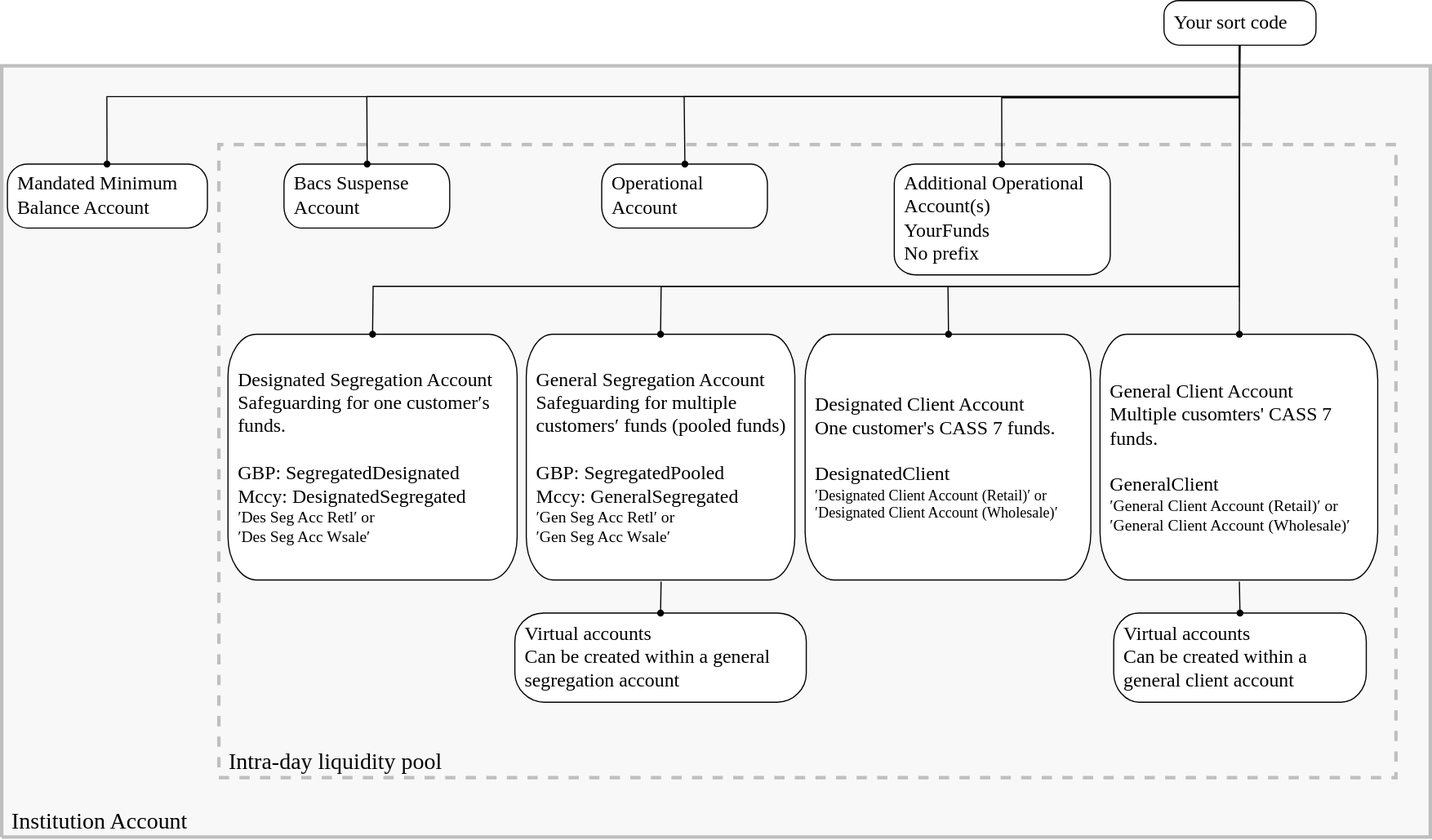
The draw.io diagram static/assets/images/Accounts-Usage.svg in clearbank/clearbank.github.io, before a commit. Source tidied: cells renumbered, new cells last; positions are measured from the earlier drawing's top-left corner, leaving out a move shared by most shapes.
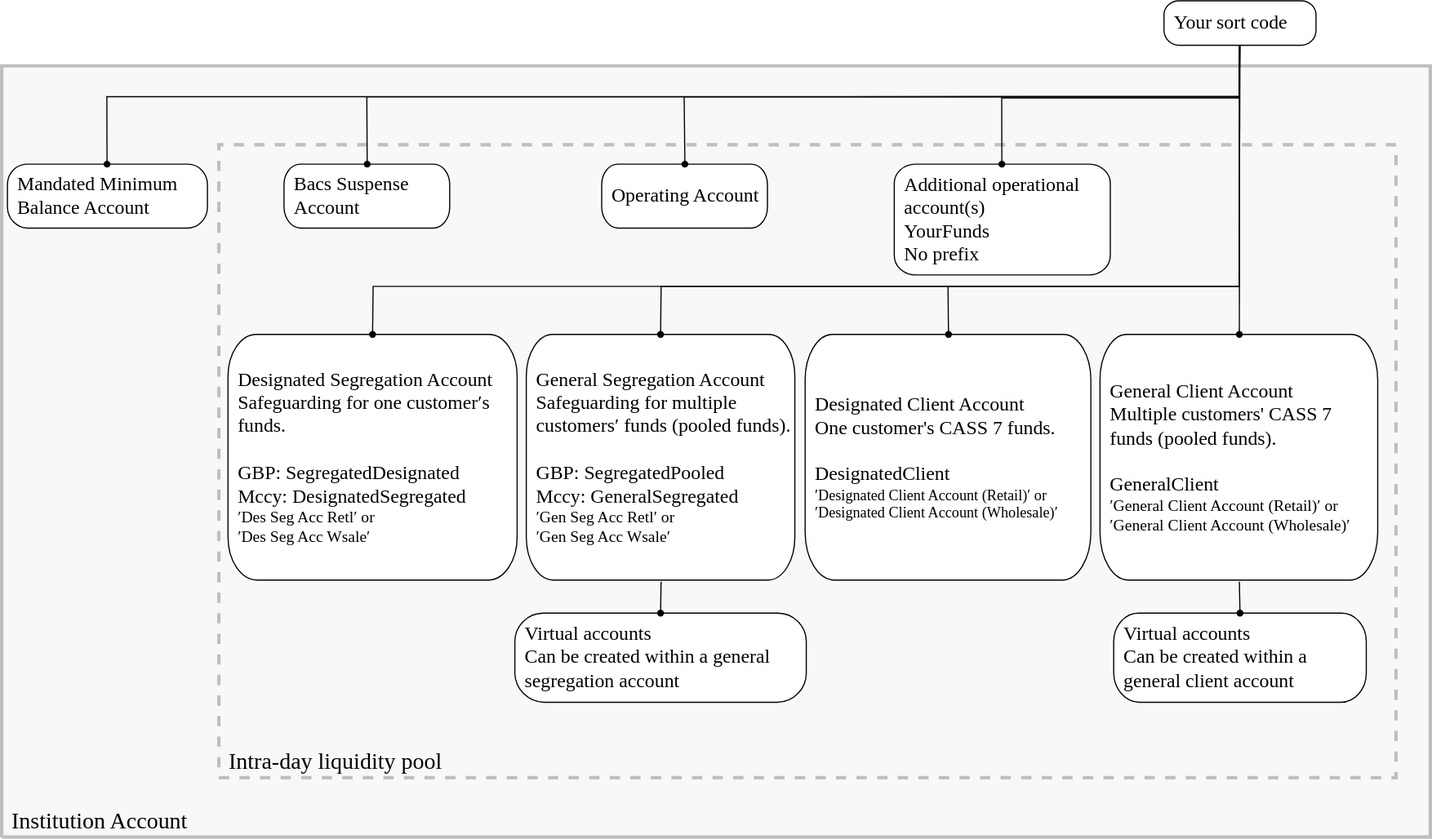
Above is the later version.

Diff of the diagram source:
```diff
@@ -13,3 +13,3 @@
     </mxCell>
-    <mxCell id="5" value="&lt;div style=&quot;font-size: 17px;&quot;&gt;&lt;p style=&quot;margin: 0px; text-indent: 0px; direction: ltr; font-size: 17px;&quot;&gt;&lt;font face=&quot;Clear Sans Display&quot; style=&quot;font-size: 17px; color: rgb(0, 0, 0); direction: ltr; letter-spacing: 0px; line-height: 120%; opacity: 1;&quot;&gt;&lt;span style=&quot;font-size: 17px;&quot;&gt;Additional Operational Account(s)&lt;br style=&quot;font-size: 17px;&quot;&gt;&lt;/span&gt;&lt;/font&gt;&lt;/p&gt;&lt;p style=&quot;margin: 0px; text-indent: 0px; direction: ltr; font-size: 17px;&quot;&gt;&lt;font style=&quot;background-color: initial; direction: ltr; letter-spacing: 0px; line-height: 120%; opacity: 1;&quot;&gt;YourF&lt;/font&gt;&lt;font style=&quot;background-color: initial; direction: ltr; letter-spacing: 0px; line-height: 120%; opacity: 1;&quot;&gt;unds&lt;/font&gt;&lt;/p&gt;&lt;p style=&quot;margin: 0px; text-indent: 0px; direction: ltr; font-size: 17px;&quot;&gt;&lt;font style=&quot;background-color: initial; direction: ltr; letter-spacing: 0px; line-height: 120%; opacity: 1;&quot;&gt;No prefix&lt;/font&gt;&lt;/p&gt;&lt;/div&gt;" style="verticalAlign=middle;align=left;vsdxID=2;fillColor=#ffffff;gradientColor=none;shape=(stored shape, 320 characters);strokeColor=#000000;points=[[1,0.5,0],[0.5,0.5,0],[0.5,0,0],[0.03,0.05,0],[0.97,0.05,0],[0.03,0.95,0],[0.97,0.95,0]];labelBackgroundColor=none;rounded=0;html=1;whiteSpace=wrap;fontFamily=Clear Sans Text;fontStyle=0;spacingLeft=7;fontSize=17;" parent="1" vertex="1">
+    <mxCell id="5" value="&lt;div style=&quot;font-size: 17px;&quot;&gt;&lt;p style=&quot;margin: 0px; text-indent: 0px; direction: ltr; font-size: 17px;&quot;&gt;&lt;font face=&quot;Clear Sans Display&quot; style=&quot;font-size: 17px; color: rgb(0, 0, 0); direction: ltr; letter-spacing: 0px; line-height: 120%; opacity: 1;&quot;&gt;&lt;span style=&quot;font-size: 17px;&quot;&gt;Additional operational account(s)&lt;br style=&quot;font-size: 17px;&quot;&gt;&lt;/span&gt;&lt;/font&gt;&lt;/p&gt;&lt;p style=&quot;margin: 0px; text-indent: 0px; direction: ltr; font-size: 17px;&quot;&gt;&lt;font style=&quot;background-color: initial; direction: ltr; letter-spacing: 0px; line-height: 120%; opacity: 1;&quot;&gt;YourF&lt;/font&gt;&lt;font style=&quot;background-color: initial; direction: ltr; letter-spacing: 0px; line-height: 120%; opacity: 1;&quot;&gt;unds&lt;/font&gt;&lt;/p&gt;&lt;p style=&quot;margin: 0px; text-indent: 0px; direction: ltr; font-size: 17px;&quot;&gt;&lt;font style=&quot;background-color: initial; direction: ltr; letter-spacing: 0px; line-height: 120%; opacity: 1;&quot;&gt;No prefix&lt;/font&gt;&lt;/p&gt;&lt;/div&gt;" style="verticalAlign=middle;align=left;vsdxID=2;fillColor=#ffffff;gradientColor=none;shape=(stored shape, 320 characters);strokeColor=#000000;points=[[1,0.5,0],[0.5,0.5,0],[0.5,0,0],[0.03,0.05,0],[0.97,0.05,0],[0.03,0.95,0],[0.97,0.95,0]];labelBackgroundColor=none;rounded=0;html=1;whiteSpace=wrap;fontFamily=Clear Sans Text;fontStyle=0;spacingLeft=7;fontSize=17;" parent="1" vertex="1">
       <mxGeometry x="781" y="143" width="189" height="97" as="geometry" />
@@ -19,3 +19,3 @@
     </mxCell>
-    <mxCell id="7" value="&lt;div style=&quot;font-size: 17px;&quot;&gt;&lt;p style=&quot;margin: 0px; text-indent: 0px; direction: ltr; font-size: 17px;&quot;&gt;&lt;font style=&quot;font-size: 17px; color: rgb(0, 0, 0); direction: ltr; letter-spacing: 0px; line-height: 120%; opacity: 1;&quot;&gt;&lt;span style=&quot;font-size: 17px;&quot;&gt;&lt;font face=&quot;Clear Sans Display&quot; style=&quot;font-size: 17px;&quot;&gt;Operational Account&lt;br style=&quot;font-size: 17px;&quot;&gt;&lt;/font&gt;&lt;/span&gt;&lt;/font&gt;&lt;/p&gt;&lt;/div&gt;" style="verticalAlign=middle;align=left;vsdxID=4;fillColor=#ffffff;gradientColor=none;shape=(stored shape, 328 characters);strokeColor=#000000;points=[[1,0.5,0],[0.5,0.5,0],[0.5,0,0],[0.03,0.1,0],[0.97,0.1,0],[0.03,0.9,0],[0.97,0.9,0]];labelBackgroundColor=none;rounded=0;html=1;whiteSpace=wrap;fontFamily=Clear Sans Text;fontStyle=0;spacingLeft=7;fontSize=17;" parent="1" vertex="1">
+    <mxCell id="7" value="&lt;div style=&quot;font-size: 17px;&quot;&gt;&lt;p style=&quot;margin: 0px; text-indent: 0px; direction: ltr; font-size: 17px;&quot;&gt;&lt;font style=&quot;font-size: 17px; color: rgb(0, 0, 0); direction: ltr; letter-spacing: 0px; line-height: 120%; opacity: 1;&quot;&gt;&lt;span style=&quot;font-size: 17px;&quot;&gt;&lt;font face=&quot;Clear Sans Display&quot; style=&quot;font-size: 17px;&quot;&gt;Operating Account&lt;br style=&quot;font-size: 17px;&quot;&gt;&lt;/font&gt;&lt;/span&gt;&lt;/font&gt;&lt;/p&gt;&lt;/div&gt;" style="verticalAlign=middle;align=left;vsdxID=4;fillColor=#ffffff;gradientColor=none;shape=(stored shape, 328 characters);strokeColor=#000000;points=[[1,0.5,0],[0.5,0.5,0],[0.5,0,0],[0.03,0.1,0],[0.97,0.1,0],[0.03,0.9,0],[0.97,0.9,0]];labelBackgroundColor=none;rounded=0;html=1;whiteSpace=wrap;fontFamily=Clear Sans Text;fontStyle=0;spacingLeft=7;fontSize=17;" parent="1" vertex="1">
       <mxGeometry x="525" y="143" width="145" height="56" as="geometry" />
@@ -25,3 +25,3 @@
     </mxCell>
-    <mxCell id="9" value="&lt;div style=&quot;font-size: 14px;&quot;&gt;&lt;p style=&quot;margin: 0px; text-indent: 0px; direction: ltr; font-size: 17px;&quot;&gt;&lt;font style=&quot;font-size: 17px; color: rgb(0, 0, 0); direction: ltr; letter-spacing: 0px; line-height: 120%; opacity: 1;&quot;&gt;&lt;span style=&quot;font-size: 17px;&quot;&gt;&lt;font face=&quot;Clear Sans Display&quot; style=&quot;font-size: 17px;&quot;&gt;General Segregation Account&lt;/font&gt;&lt;br style=&quot;font-size: 17px;&quot;&gt;&lt;/span&gt;&lt;/font&gt;&lt;/p&gt;&lt;p style=&quot;margin: 0px; text-indent: 0px; direction: ltr; font-size: 17px;&quot;&gt;&lt;span style=&quot;letter-spacing: 0px; background-color: initial;&quot;&gt;Safeguarding for multiple customers′ funds (pooled funds)&lt;/span&gt;&lt;br&gt;&lt;/p&gt;&lt;p style=&quot;margin: 0px; text-indent: 0px; direction: ltr; font-size: 17px;&quot;&gt;&lt;font style=&quot;font-size: 17px; color: rgb(0, 0, 0); direction: ltr; letter-spacing: 0px; line-height: 120%; opacity: 1;&quot;&gt;&lt;br style=&quot;font-size: 17px;&quot;&gt;&lt;/font&gt;&lt;/p&gt;&lt;p style=&quot;margin: 0px; text-indent: 0px; direction: ltr; font-size: 17px;&quot;&gt;&lt;font face=&quot;Clear Sans Display&quot; style=&quot;font-size: 17px; color: rgb(0, 0, 0); direction: ltr; letter-spacing: 0px; line-height: 120%; opacity: 1;&quot;&gt;GBP: SegregatedPooled&lt;/font&gt;&lt;/p&gt;&lt;p style=&quot;margin: 0px; text-indent: 0px; direction: ltr; font-size: 17px;&quot;&gt;&lt;font face=&quot;Clear Sans Display&quot; style=&quot;font-size: 17px; color: rgb(0, 0, 0); direction: ltr; letter-spacing: 0px; line-height: 120%; opacity: 1;&quot;&gt;Mccy: GeneralSegregated&lt;br style=&quot;font-size: 17px;&quot;&gt;&lt;/font&gt;&lt;/p&gt;&lt;p style=&quot;margin: 0px; text-indent: 0px; direction: ltr;&quot;&gt;&lt;font face=&quot;Clear Sans Display&quot; style=&quot;font-size: 14px; color: rgb(0, 0, 0); direction: ltr; letter-spacing: 0px; line-height: 120%; opacity: 1;&quot;&gt;′Gen Seg Acc Retl′ or &lt;br style=&quot;&quot;&gt;&lt;/font&gt;&lt;/p&gt;&lt;p style=&quot;margin: 0px; text-indent: 0px; direction: ltr;&quot;&gt;&lt;font style=&quot;font-size: 14px; color: rgb(0, 0, 0); direction: ltr; letter-spacing: 0px; line-height: 120%; opacity: 1;&quot;&gt;&lt;font face=&quot;Clear Sans Display&quot; style=&quot;font-size: 14px;&quot;&gt;′Gen Seg Acc Wsale′&lt;/font&gt;&lt;br style=&quot;font-size: 17px;&quot;&gt;&lt;/font&gt;&lt;/p&gt;&lt;/div&gt;" style="verticalAlign=middle;align=left;vsdxID=7;fillColor=#ffffff;gradientColor=none;shape=(stored shape, 320 characters);strokeColor=#000000;points=[[1,0.5,0],[0.5,0.5,0],[0.5,0,0],[0.03,0.05,0],[0.97,0.05,0],[0.03,0.95,0],[0.97,0.95,0]];labelBackgroundColor=none;rounded=0;html=1;whiteSpace=wrap;fontFamily=Clear Sans Text;fontStyle=0;spacingLeft=7;fontSize=17;" parent="1" vertex="1">
+    <mxCell id="9" value="&lt;div style=&quot;font-size: 14px;&quot;&gt;&lt;p style=&quot;margin: 0px; text-indent: 0px; direction: ltr; font-size: 17px;&quot;&gt;&lt;font style=&quot;font-size: 17px; color: rgb(0, 0, 0); direction: ltr; letter-spacing: 0px; line-height: 120%; opacity: 1;&quot;&gt;&lt;span style=&quot;font-size: 17px;&quot;&gt;&lt;font face=&quot;Clear Sans Display&quot; style=&quot;font-size: 17px;&quot;&gt;General Segregation Account&lt;/font&gt;&lt;br style=&quot;font-size: 17px;&quot;&gt;&lt;/span&gt;&lt;/font&gt;&lt;/p&gt;&lt;p style=&quot;margin: 0px; text-indent: 0px; direction: ltr; font-size: 17px;&quot;&gt;&lt;span style=&quot;letter-spacing: 0px; background-color: initial;&quot;&gt;Safeguarding for multiple customers′ funds (pooled funds).&lt;/span&gt;&lt;br&gt;&lt;/p&gt;&lt;p style=&quot;margin: 0px; text-indent: 0px; direction: ltr; font-size: 17px;&quot;&gt;&lt;font style=&quot;font-size: 17px; color: rgb(0, 0, 0); direction: ltr; letter-spacing: 0px; line-height: 120%; opacity: 1;&quot;&gt;&lt;br style=&quot;font-size: 17px;&quot;&gt;&lt;/font&gt;&lt;/p&gt;&lt;p style=&quot;margin: 0px; text-indent: 0px; direction: ltr; font-size: 17px;&quot;&gt;&lt;font face=&quot;Clear Sans Display&quot; style=&quot;font-size: 17px; color: rgb(0, 0, 0); direction: ltr; letter-spacing: 0px; line-height: 120%; opacity: 1;&quot;&gt;GBP: SegregatedPooled&lt;/font&gt;&lt;/p&gt;&lt;p style=&quot;margin: 0px; text-indent: 0px; direction: ltr; font-size: 17px;&quot;&gt;&lt;font face=&quot;Clear Sans Display&quot; style=&quot;font-size: 17px; color: rgb(0, 0, 0); direction: ltr; letter-spacing: 0px; line-height: 120%; opacity: 1;&quot;&gt;Mccy: GeneralSegregated&lt;br style=&quot;font-size: 17px;&quot;&gt;&lt;/font&gt;&lt;/p&gt;&lt;p style=&quot;margin: 0px; text-indent: 0px; direction: ltr;&quot;&gt;&lt;font face=&quot;Clear Sans Display&quot; style=&quot;font-size: 14px; color: rgb(0, 0, 0); direction: ltr; letter-spacing: 0px; line-height: 120%; opacity: 1;&quot;&gt;′Gen Seg Acc Retl′ or &lt;br style=&quot;&quot;&gt;&lt;/font&gt;&lt;/p&gt;&lt;p style=&quot;margin: 0px; text-indent: 0px; direction: ltr;&quot;&gt;&lt;font style=&quot;font-size: 14px; color: rgb(0, 0, 0); direction: ltr; letter-spacing: 0px; line-height: 120%; opacity: 1;&quot;&gt;&lt;font face=&quot;Clear Sans Display&quot; style=&quot;font-size: 14px;&quot;&gt;′Gen Seg Acc Wsale′&lt;/font&gt;&lt;br style=&quot;font-size: 17px;&quot;&gt;&lt;/font&gt;&lt;/p&gt;&lt;/div&gt;" style="verticalAlign=middle;align=left;vsdxID=7;fillColor=#ffffff;gradientColor=none;shape=(stored shape, 320 characters);strokeColor=#000000;points=[[1,0.5,0],[0.5,0.5,0],[0.5,0,0],[0.03,0.05,0],[0.97,0.05,0],[0.03,0.95,0],[0.97,0.95,0]];labelBackgroundColor=none;rounded=0;html=1;whiteSpace=wrap;fontFamily=Clear Sans Text;fontStyle=0;spacingLeft=7;fontSize=17;" parent="1" vertex="1">
       <mxGeometry x="459" y="292" width="235" height="215" as="geometry" />
@@ -31,3 +31,3 @@
     </mxCell>
-    <mxCell id="11" value="&lt;div style=&quot;font-size: 14px;&quot;&gt;&lt;p style=&quot;margin: 0px; text-indent: 0px; direction: ltr; font-size: 17px;&quot;&gt;&lt;font style=&quot;font-size: 17px; color: rgb(0, 0, 0); direction: ltr; letter-spacing: 0px; line-height: 120%; opacity: 1;&quot;&gt;&lt;span style=&quot;font-size: 17px;&quot;&gt;&lt;font face=&quot;Clear Sans Display&quot; style=&quot;font-size: 17px;&quot;&gt;General Client Account&lt;/font&gt;&lt;/span&gt;&lt;/font&gt;&lt;/p&gt;&lt;p style=&quot;margin: 0px; text-indent: 0px; direction: ltr; font-size: 17px;&quot;&gt;&lt;span style=&quot;background-color: initial; letter-spacing: 0px;&quot;&gt;Multiple cusomters' CASS 7 funds.&lt;/span&gt;&lt;br&gt;&lt;/p&gt;&lt;p style=&quot;margin: 0px; text-indent: 0px; direction: ltr; font-size: 17px;&quot;&gt;&lt;font style=&quot;font-size: 17px; color: rgb(0, 0, 0); direction: ltr; letter-spacing: 0px; line-height: 120%; opacity: 1;&quot;&gt;&lt;br style=&quot;font-size: 17px;&quot;&gt;&lt;/font&gt;&lt;/p&gt;&lt;p style=&quot;margin: 0px; text-indent: 0px; direction: ltr; font-size: 17px;&quot;&gt;&lt;font face=&quot;Clear Sans Display&quot; style=&quot;font-size: 17px; color: rgb(0, 0, 0); direction: ltr; letter-spacing: 0px; line-height: 120%; opacity: 1;&quot;&gt;GeneralClient&lt;br style=&quot;font-size: 17px;&quot;&gt;&lt;/font&gt;&lt;/p&gt;&lt;p style=&quot;margin: 0px; text-indent: 0px; direction: ltr;&quot;&gt;&lt;font face=&quot;Clear Sans Display&quot; style=&quot;font-size: 14px; color: rgb(0, 0, 0); direction: ltr; letter-spacing: 0px; line-height: 120%; opacity: 1;&quot;&gt;′General Client Account (Retail)′ or &lt;br style=&quot;&quot;&gt;&lt;/font&gt;&lt;/p&gt;&lt;p style=&quot;margin: 0px; text-indent: 0px; direction: ltr;&quot;&gt;&lt;font style=&quot;font-size: 14px; color: rgb(0, 0, 0); direction: ltr; letter-spacing: 0px; line-height: 120%; opacity: 1;&quot;&gt;&lt;font face=&quot;Clear Sans Display&quot; style=&quot;font-size: 14px;&quot;&gt;′General Client Account (Wholesale)′&lt;/font&gt;&lt;br style=&quot;font-size: 17px;&quot;&gt;&lt;/font&gt;&lt;/p&gt;&lt;/div&gt;" style="verticalAlign=middle;align=left;vsdxID=9;fillColor=#ffffff;gradientColor=none;shape=(stored shape, 328 characters);strokeColor=#000000;points=[[1,0.5,0],[0.5,0.5,0],[0.5,0,0],[0.03,0.06,0],[0.97,0.06,0],[0.03,0.94,0],[0.97,0.94,0]];labelBackgroundColor=none;rounded=0;html=1;whiteSpace=wrap;fontFamily=Clear Sans Text;fontStyle=0;spacingLeft=7;fontSize=17;" parent="1" vertex="1">
+    <mxCell id="11" value="&lt;div style=&quot;font-size: 14px;&quot;&gt;&lt;p style=&quot;margin: 0px; text-indent: 0px; direction: ltr; font-size: 17px;&quot;&gt;&lt;font style=&quot;font-size: 17px; color: rgb(0, 0, 0); direction: ltr; letter-spacing: 0px; line-height: 120%; opacity: 1;&quot;&gt;&lt;span style=&quot;font-size: 17px;&quot;&gt;&lt;font face=&quot;Clear Sans Display&quot; style=&quot;font-size: 17px;&quot;&gt;General Client Account&lt;/font&gt;&lt;/span&gt;&lt;/font&gt;&lt;/p&gt;&lt;p style=&quot;margin: 0px; text-indent: 0px; direction: ltr; font-size: 17px;&quot;&gt;&lt;span style=&quot;background-color: initial; letter-spacing: 0px;&quot;&gt;Multiple customers' CASS 7 funds (pooled funds).&lt;/span&gt;&lt;br&gt;&lt;/p&gt;&lt;p style=&quot;margin: 0px; text-indent: 0px; direction: ltr; font-size: 17px;&quot;&gt;&lt;font style=&quot;font-size: 17px; color: rgb(0, 0, 0); direction: ltr; letter-spacing: 0px; line-height: 120%; opacity: 1;&quot;&gt;&lt;br style=&quot;font-size: 17px;&quot;&gt;&lt;/font&gt;&lt;/p&gt;&lt;p style=&quot;margin: 0px; text-indent: 0px; direction: ltr; font-size: 17px;&quot;&gt;&lt;font face=&quot;Clear Sans Display&quot; style=&quot;font-size: 17px; color: rgb(0, 0, 0); direction: ltr; letter-spacing: 0px; line-height: 120%; opacity: 1;&quot;&gt;GeneralClient&lt;br style=&quot;font-size: 17px;&quot;&gt;&lt;/font&gt;&lt;/p&gt;&lt;p style=&quot;margin: 0px; text-indent: 0px; direction: ltr;&quot;&gt;&lt;font face=&quot;Clear Sans Display&quot; style=&quot;font-size: 14px; color: rgb(0, 0, 0); direction: ltr; letter-spacing: 0px; line-height: 120%; opacity: 1;&quot;&gt;′General Client Account (Retail)′ or &lt;br style=&quot;&quot;&gt;&lt;/font&gt;&lt;/p&gt;&lt;p style=&quot;margin: 0px; text-indent: 0px; direction: ltr;&quot;&gt;&lt;font style=&quot;font-size: 14px; color: rgb(0, 0, 0); direction: ltr; letter-spacing: 0px; line-height: 120%; opacity: 1;&quot;&gt;&lt;font face=&quot;Clear Sans Display&quot; style=&quot;font-size: 14px;&quot;&gt;′General Client Account (Wholesale)′&lt;/font&gt;&lt;br style=&quot;font-size: 17px;&quot;&gt;&lt;/font&gt;&lt;/p&gt;&lt;/div&gt;" style="verticalAlign=middle;align=left;vsdxID=9;fillColor=#ffffff;gradientColor=none;shape=(stored shape, 328 characters);strokeColor=#000000;points=[[1,0.5,0],[0.5,0.5,0],[0.5,0,0],[0.03,0.06,0],[0.97,0.06,0],[0.03,0.94,0],[0.97,0.94,0]];labelBackgroundColor=none;rounded=0;html=1;whiteSpace=wrap;fontFamily=Clear Sans Text;fontStyle=0;spacingLeft=7;fontSize=17;" parent="1" vertex="1">
       <mxGeometry x="961" y="292" width="243" height="215" as="geometry" />
```
